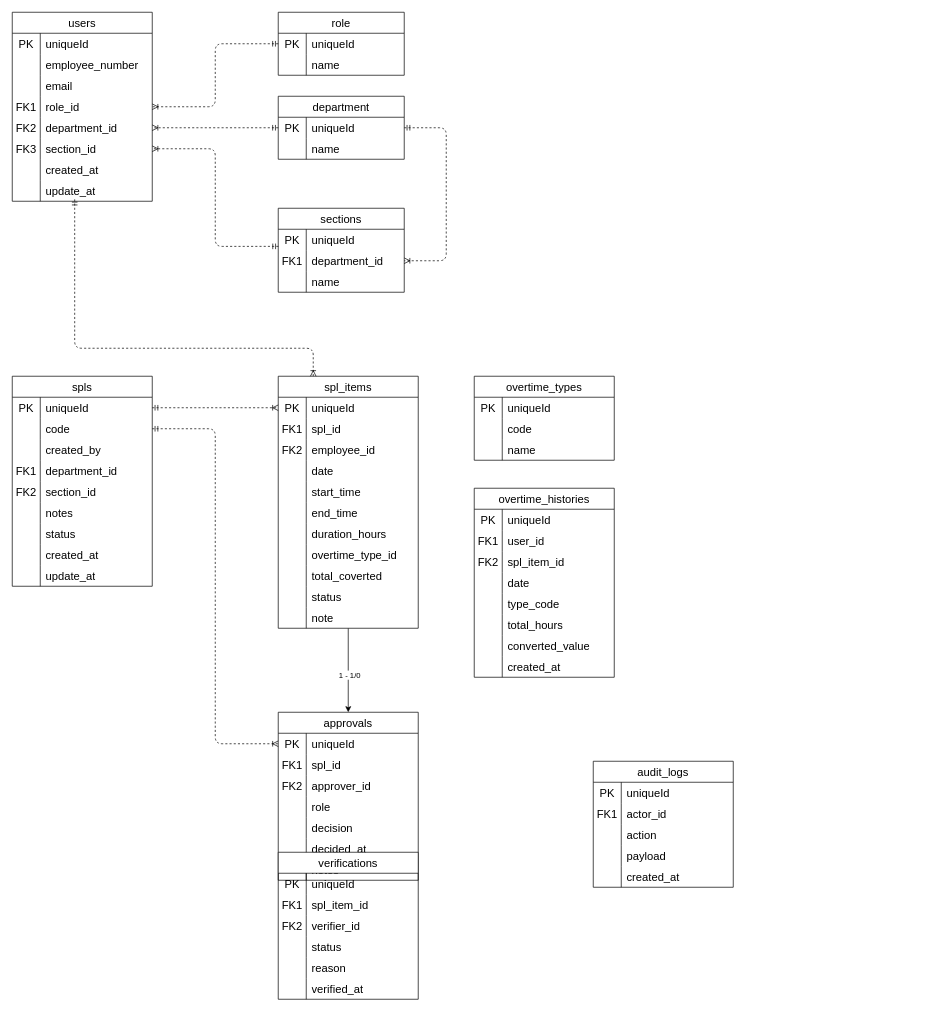
Hudha11/dbd-surat-perintah-lembur keeps this draw.io diagram as Surat Perintah Lembur.drawio. Above is the earlier version. Source tidied: cells renumbered, new cells numbered last; positions are measured from the earlier drawing's top-left corner, leaving out a move shared by most shapes. Both pictures are drawn from the tidied source at 70%, with x=0, y=0 at pixel (12, 12).
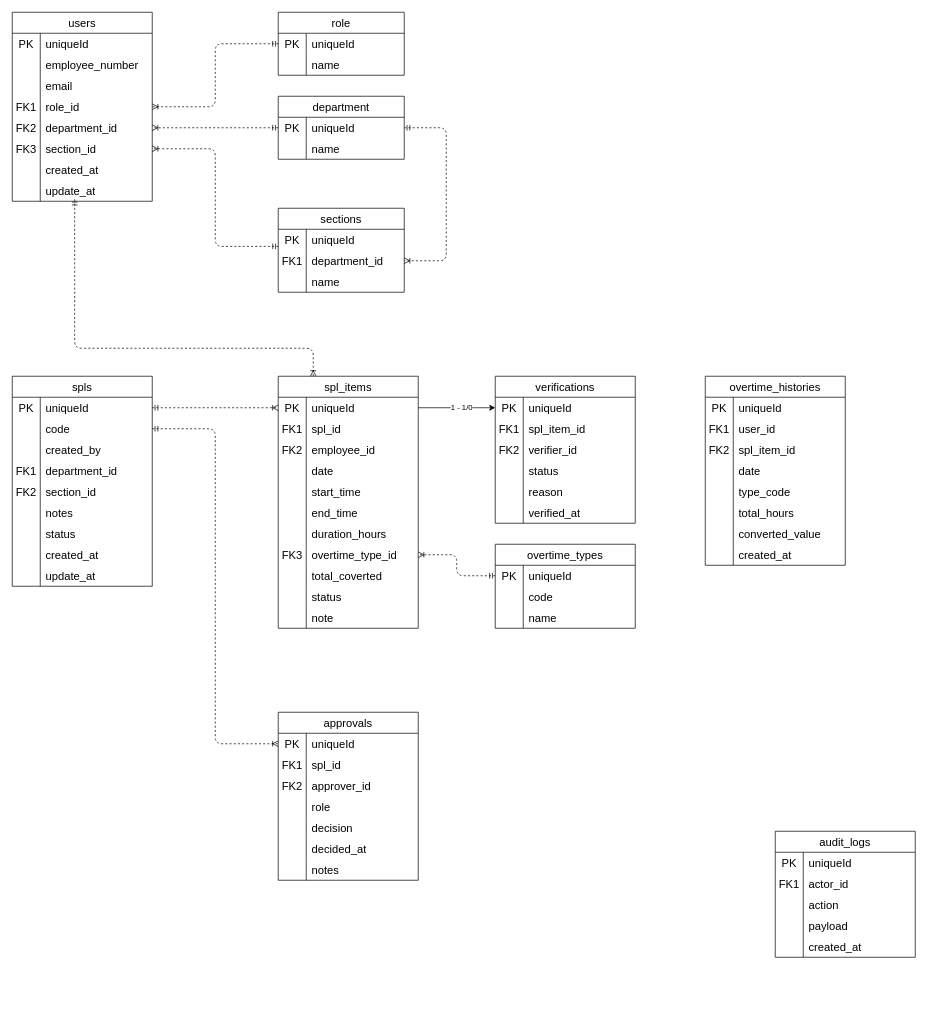
The same diagram, later.

Unchanged cells that the change refers to:
```xml
<mxCell id="85" style="shape=tableRow;horizontal=0;startSize=0;swimlaneHead=0;swimlaneBody=0;top=0;left=0;bottom=0;right=0;fillColor=none;points=[[0,0.5],[1,0.5]];portConstraint=eastwest;strokeColor=inherit;fontSize=16;" parent="84" vertex="1">
  <mxGeometry y="30" width="200" height="30" as="geometry" />
</mxCell>
<mxCell id="106" style="shape=tableRow;horizontal=0;startSize=0;swimlaneHead=0;swimlaneBody=0;top=0;left=0;bottom=0;right=0;fillColor=none;points=[[0,0.5],[1,0.5]];portConstraint=eastwest;strokeColor=inherit;fontSize=16;" parent="84" vertex="1">
  <mxGeometry y="240" width="200" height="30" as="geometry" />
</mxCell>
<mxCell id="115" style="shape=tableRow;horizontal=0;startSize=0;swimlaneHead=0;swimlaneBody=0;top=0;left=0;bottom=0;right=0;fillColor=none;points=[[0,0.5],[1,0.5]];portConstraint=eastwest;strokeColor=inherit;fontSize=16;" parent="84" vertex="1">
  <mxGeometry y="330" width="200" height="30" as="geometry" />
</mxCell>
<mxCell id="118" value="approvals" style="shape=table;startSize=30;childLayout=tableLayout;rowLines=0;fontStyle=0;strokeColor=default;fontSize=16;" parent="1" vertex="1">
  <mxGeometry x="380" y="1000" width="200" height="240" as="geometry" />
</mxCell>
<mxCell id="141" style="shape=tableRow;horizontal=0;startSize=0;swimlaneHead=0;swimlaneBody=0;top=0;left=0;bottom=0;right=0;fillColor=none;points=[[0,0.5],[1,0.5]];portConstraint=eastwest;strokeColor=inherit;fontSize=16;" parent="140" vertex="1">
  <mxGeometry y="30" width="200" height="30" as="geometry" />
</mxCell>
<mxCell id="160" style="shape=tableRow;horizontal=0;startSize=0;swimlaneHead=0;swimlaneBody=0;top=0;left=0;bottom=0;right=0;fillColor=none;points=[[0,0.5],[1,0.5]];portConstraint=eastwest;strokeColor=inherit;fontSize=16;" parent="159" vertex="1">
  <mxGeometry y="30" width="200" height="30" as="geometry" />
</mxCell>
```

The edit, as a diff of the source:
```diff
@@
-    <mxCell id="107" style="shape=partialRectangle;html=1;whiteSpace=wrap;fillColor=none;top=0;left=0;bottom=0;right=0;overflow=hidden;strokeColor=inherit;fontSize=16;" parent="106" vertex="1">
+    <mxCell id="107" value="FK3" style="shape=partialRectangle;html=1;whiteSpace=wrap;fillColor=none;top=0;left=0;bottom=0;right=0;overflow=hidden;strokeColor=inherit;fontSize=16;" parent="106" vertex="1">
       <mxGeometry width="40" height="30" as="geometry" />
     </mxCell>
@@
     <mxCell id="140" value="verifications" style="shape=table;startSize=30;childLayout=tableLayout;rowLines=0;fontStyle=0;strokeColor=default;fontSize=16;" parent="1" vertex="1">
-      <mxGeometry x="380" y="1200" width="200" height="210" as="geometry" />
+      <mxGeometry x="690" y="520" width="200" height="210" as="geometry" />
     </mxCell>
@@
     <mxCell id="159" value="overtime_types" style="shape=table;startSize=30;childLayout=tableLayout;rowLines=0;fontStyle=0;strokeColor=default;fontSize=16;" parent="1" vertex="1">
-      <mxGeometry x="660" y="520" width="200" height="120" as="geometry" />
+      <mxGeometry x="690" y="760" width="200" height="120" as="geometry" />
     </mxCell>
@@
     <mxCell id="169" value="overtime_histories" style="shape=table;startSize=30;childLayout=tableLayout;rowLines=0;fontStyle=0;strokeColor=default;fontSize=16;" parent="1" vertex="1">
-      <mxGeometry x="660" y="680" width="200" height="270" as="geometry" />
+      <mxGeometry x="990" y="520" width="200" height="270" as="geometry" />
     </mxCell>
@@
     <mxCell id="194" value="audit_logs" style="shape=table;startSize=30;childLayout=tableLayout;rowLines=0;fontStyle=0;strokeColor=default;fontSize=16;" parent="1" vertex="1">
-      <mxGeometry x="830" y="1070" width="200" height="180" as="geometry" />
+      <mxGeometry x="1090" y="1170" width="200" height="180" as="geometry" />
     </mxCell>
@@
-    <mxCell id="212" style="edgeStyle=none;jettySize=auto;html=1;rounded=0;exitX=0.5;exitY=1.007;exitDx=0;exitDy=0;exitPerimeter=0;entryX=0.5;entryY=0;entryDx=0;entryDy=0;" parent="1" edge="1" source="115" target="118">
+    <mxCell id="212" style="edgeStyle=none;jettySize=auto;html=1;rounded=0;exitX=1;exitY=0.5;exitDx=0;exitDy=0;entryX=0;entryY=0.5;entryDx=0;entryDy=0;" parent="1" edge="1" source="85" target="141">
       <mxGeometry relative="1" as="geometry" />
     </mxCell>
@@
+    <mxCell id="214" style="edgeStyle=orthogonalEdgeStyle;html=1;dashed=1;labelBackgroundColor=none;startArrow=ERmandOne;endArrow=ERoneToMany;fontFamily=Verdana;fontSize=12;align=left;exitX=0;exitY=0.5;exitDx=0;exitDy=0;entryX=1;entryY=0.5;entryDx=0;entryDy=0;" parent="1" edge="1" source="160" target="106">
+      <mxGeometry relative="1" as="geometry" />
+    </mxCell>
```
